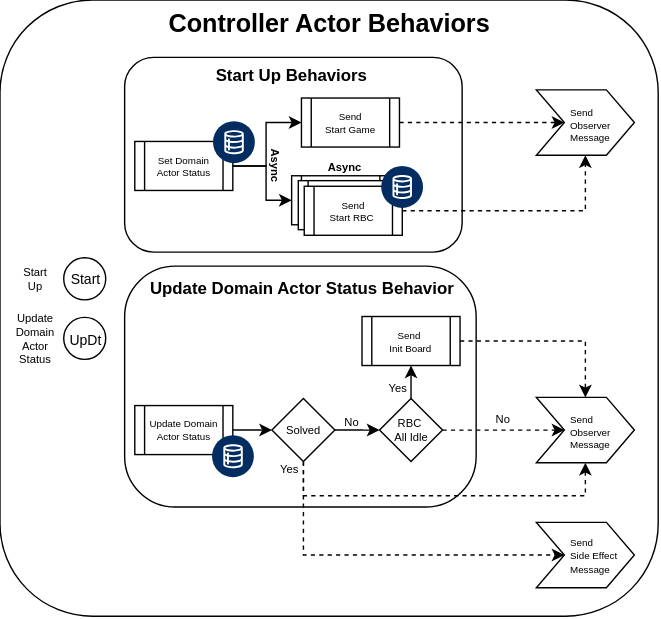
Earlier version of the draw.io export docs/diagrams/ControllerActor.svg (sunlao/py_sudoku_solver). Source tidied: cells renumbered, new cells last; positions are measured from the earlier drawing's top-left corner, leaving out a move shared by most shapes.
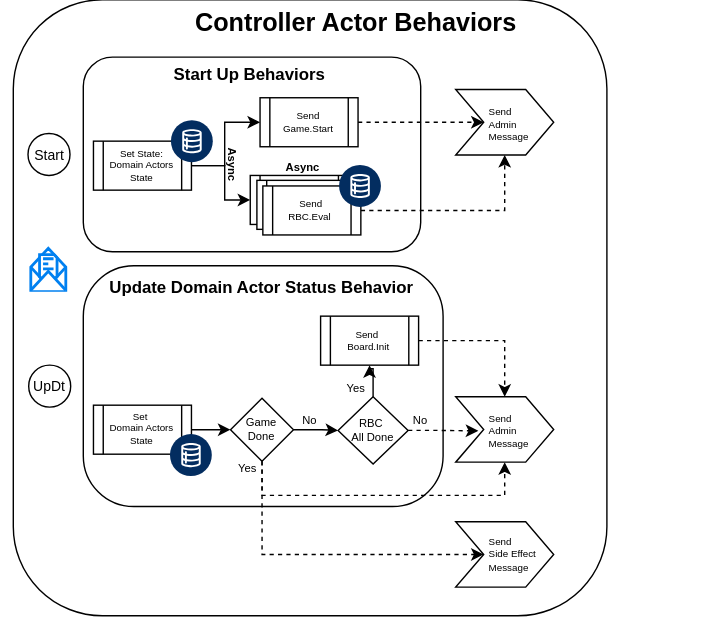
The same file after the commit.

The edit, as a diff of the source:
```diff
@@ -3,17 +3,14 @@
     <mxCell id="0" />
     <mxCell id="1" parent="0" />
     <mxCell id="2" style="rounded=1;whiteSpace=wrap;html=1;" parent="1" vertex="1">
-      <mxGeometry width="470" height="440" as="geometry" />
+      <mxGeometry x="39" width="424" height="440" as="geometry" />
     </mxCell>
     <mxCell id="3" style="rounded=1;whiteSpace=wrap;html=1;" parent="1" vertex="1">
       <mxGeometry x="89" y="41" width="241" height="139" as="geometry" />
     </mxCell>
     <mxCell id="4" value="UpDt" style="ellipse;whiteSpace=wrap;html=1;fontSize=10;" parent="1" vertex="1">
-      <mxGeometry x="45.5" y="226.6" width="30" height="30" as="geometry" />
+      <mxGeometry x="50" y="261" width="30" height="30" as="geometry" />
     </mxCell>
-    <mxCell id="5" value="&lt;div&gt;Update&lt;/div&gt;&lt;div&gt;Domain Actor Status&lt;/div&gt;" style="text;html=1;whiteSpace=wrap;strokeColor=none;fillColor=none;align=center;verticalAlign=middle;rounded=0;fontSize=8;" parent="1" vertex="1">
-      <mxGeometry x="10" y="226.6" width="30" height="30" as="geometry" />
-    </mxCell>
     <mxCell id="6" style="edgeStyle=orthogonalEdgeStyle;rounded=0;jettySize=auto;html=1;dashed=1;entryX=0.5;entryY=1;entryDx=0;entryDy=0;" parent="1" edge="1" source="40" target="37">
       <mxGeometry relative="1" as="geometry" />
     </mxCell>
@@ -33,7 +30,7 @@
         </Array>
       </mxGeometry>
     </mxCell>
-    <mxCell id="9" value="Set Domain Actor Status" style="shape=process;whiteSpace=wrap;html=1;backgroundOutline=1;fontSize=7;" parent="1" vertex="1">
+    <mxCell id="9" value="&lt;div&gt;Set State:&lt;/div&gt;&lt;div&gt;Domain Actors State&lt;/div&gt;" style="shape=process;whiteSpace=wrap;html=1;backgroundOutline=1;fontSize=7;" parent="1" vertex="1">
       <mxGeometry x="96.2" y="101" width="70" height="35" as="geometry" />
     </mxCell>
     <mxCell id="10" style="verticalLabelPosition=bottom;html=1;shape=mxgraph.salesforce.data2;fillColorStyles=fillColor2,fillColor3;fillColor2=#032d60;fillColor3=#ffffff;fillColor=none;strokeColor=none;" parent="1" vertex="1">
@@ -43,19 +40,16 @@
       <mxGeometry x="85.8" y="39" width="244.2" height="30" as="geometry" />
     </mxCell>
     <mxCell id="12" style="rounded=1;whiteSpace=wrap;html=1;arcSize=21;" parent="1" vertex="1">
-      <mxGeometry x="89" y="190" width="251" height="172" as="geometry" />
+      <mxGeometry x="89" y="190" width="257" height="172" as="geometry" />
     </mxCell>
     <mxCell id="13" value="Update Domain Actor&amp;nbsp;&lt;span style=&quot;background-color: transparent; color: light-dark(rgb(0, 0, 0), rgb(255, 255, 255));&quot;&gt;Status Behavior&lt;/span&gt;" style="text;html=1;whiteSpace=wrap;strokeColor=none;fillColor=none;align=center;verticalAlign=middle;rounded=0;fontStyle=1;" parent="1" vertex="1">
-      <mxGeometry x="91" y="191" width="249" height="30" as="geometry" />
+      <mxGeometry x="88" y="191" width="257" height="30" as="geometry" />
     </mxCell>
-    <mxCell id="14" style="edgeStyle=orthogonalEdgeStyle;rounded=0;jettySize=auto;html=1;entryX=0;entryY=0.5;entryDx=0;entryDy=0;dashed=1;" parent="1" edge="1" source="16" target="36">
-      <mxGeometry relative="1" as="geometry" />
-    </mxCell>
     <mxCell id="15" style="edgeStyle=orthogonalEdgeStyle;rounded=0;jettySize=auto;html=1;entryX=0.5;entryY=1;entryDx=0;entryDy=0;" parent="1" edge="1" source="16" target="23">
       <mxGeometry relative="1" as="geometry" />
     </mxCell>
-    <mxCell id="16" value="RBC&amp;nbsp;&lt;div&gt;All Idle&lt;/div&gt;" style="rhombus;whiteSpace=wrap;html=1;fontSize=8;" parent="1" vertex="1">
-      <mxGeometry x="271" y="284.6" width="45" height="45" as="geometry" />
+    <mxCell id="16" value="RBC&amp;nbsp;&lt;div&gt;All Done&lt;/div&gt;" style="rhombus;whiteSpace=wrap;html=1;fontSize=8;" parent="1" vertex="1">
+      <mxGeometry x="271" y="283.6" width="50" height="48" as="geometry" />
     </mxCell>
     <mxCell id="17" value="Yes" style="text;html=1;whiteSpace=wrap;strokeColor=none;fillColor=none;align=center;verticalAlign=middle;rounded=0;fontSize=8;" parent="1" vertex="1">
       <mxGeometry x="274.1" y="271.1" width="20" height="12.5" as="geometry" />
@@ -63,30 +57,30 @@
     <mxCell id="18" style="edgeStyle=orthogonalEdgeStyle;rounded=0;jettySize=auto;html=1;entryX=0;entryY=0.5;entryDx=0;entryDy=0;" parent="1" edge="1" source="19" target="29">
       <mxGeometry relative="1" as="geometry" />
     </mxCell>
-    <mxCell id="19" value="Update Domain Actor Status" style="shape=process;whiteSpace=wrap;html=1;backgroundOutline=1;fontSize=7;" parent="1" vertex="1">
+    <mxCell id="19" value="Set&amp;nbsp;&lt;div&gt;Domain Actors State&lt;/div&gt;" style="shape=process;whiteSpace=wrap;html=1;backgroundOutline=1;fontSize=7;" parent="1" vertex="1">
       <mxGeometry x="96.2" y="289.6" width="70" height="35" as="geometry" />
     </mxCell>
     <mxCell id="20" style="verticalLabelPosition=bottom;html=1;shape=mxgraph.salesforce.data2;fillColorStyles=fillColor2,fillColor3;fillColor2=#032d60;fillColor3=#ffffff;fillColor=none;strokeColor=none;" parent="1" vertex="1">
       <mxGeometry x="151.4" y="310.8" width="30" height="30" as="geometry" />
     </mxCell>
     <mxCell id="21" value="No" style="text;html=1;whiteSpace=wrap;strokeColor=none;fillColor=none;align=center;verticalAlign=middle;rounded=0;fontSize=8;" parent="1" vertex="1">
-      <mxGeometry x="349.2" y="292.2" width="20" height="12.5" as="geometry" />
+      <mxGeometry x="320" y="294.8" width="20" height="12.5" as="geometry" />
     </mxCell>
     <mxCell id="22" style="edgeStyle=orthogonalEdgeStyle;rounded=0;jettySize=auto;html=1;entryX=0.5;entryY=0;entryDx=0;entryDy=0;dashed=1;" parent="1" edge="1" source="23" target="36">
       <mxGeometry relative="1" as="geometry" />
     </mxCell>
-    <mxCell id="23" value="Send&amp;nbsp;&lt;div&gt;Init Board&lt;/div&gt;" style="shape=process;whiteSpace=wrap;html=1;backgroundOutline=1;fontSize=7;" parent="1" vertex="1">
+    <mxCell id="23" value="Send&amp;nbsp;&lt;div&gt;Board.Init&lt;/div&gt;" style="shape=process;whiteSpace=wrap;html=1;backgroundOutline=1;fontSize=7;" parent="1" vertex="1">
       <mxGeometry x="258.5" y="226" width="70" height="35" as="geometry" />
     </mxCell>
     <mxCell id="24" value="Async" style="text;html=1;whiteSpace=wrap;strokeColor=none;fillColor=none;align=center;verticalAlign=middle;rounded=0;fontSize=8;fontStyle=1;" parent="1" vertex="1">
       <mxGeometry x="236.2" y="113" width="20" height="12.5" as="geometry" />
     </mxCell>
     <mxCell id="25" value="Controller Actor Behaviors" style="text;html=1;whiteSpace=wrap;strokeColor=none;fillColor=none;align=center;verticalAlign=middle;rounded=0;fontStyle=1;fontSize=18;" parent="1" vertex="1">
-      <mxGeometry y="3" width="470" height="27" as="geometry" />
+      <mxGeometry x="29" y="3" width="510" height="27" as="geometry" />
     </mxCell>
     <mxCell id="26" style="edgeStyle=orthogonalEdgeStyle;rounded=0;orthogonalLoop=1;jettySize=auto;html=1;" parent="1" edge="1">
       <mxGeometry relative="1" as="geometry">
-        <mxPoint x="544.2" y="242.5" as="sourcePoint" />
+        <mxPoint x="577.2" y="242.5" as="sourcePoint" />
       </mxGeometry>
     </mxCell>
     <mxCell id="27" style="edgeStyle=orthogonalEdgeStyle;rounded=0;jettySize=auto;html=1;entryX=0;entryY=0.5;entryDx=0;entryDy=0;" parent="1" edge="1" source="29" target="16">
@@ -95,12 +89,12 @@
     <mxCell id="28" style="edgeStyle=orthogonalEdgeStyle;rounded=0;jettySize=auto;html=1;dashed=1;entryX=0.5;entryY=1;entryDx=0;entryDy=0;" parent="1" edge="1" source="29" target="36">
       <mxGeometry relative="1" as="geometry">
         <Array as="points">
-          <mxPoint x="217" y="354" />
-          <mxPoint x="418" y="354" />
+          <mxPoint x="216.6" y="354" />
+          <mxPoint x="390" y="354" />
         </Array>
       </mxGeometry>
     </mxCell>
-    <mxCell id="29" value="Solved" style="rhombus;whiteSpace=wrap;html=1;fontSize=8;" parent="1" vertex="1">
+    <mxCell id="29" value="Game&lt;div&gt;Done&lt;/div&gt;" style="rhombus;whiteSpace=wrap;html=1;fontSize=8;" parent="1" vertex="1">
       <mxGeometry x="194.2" y="284.6" width="45" height="45" as="geometry" />
     </mxCell>
     <mxCell id="30" value="Yes" style="text;html=1;whiteSpace=wrap;strokeColor=none;fillColor=none;align=center;verticalAlign=middle;rounded=0;fontSize=8;" parent="1" vertex="1">
@@ -112,20 +106,17 @@
     <mxCell id="32" style="edgeStyle=orthogonalEdgeStyle;rounded=0;jettySize=auto;html=1;entryX=0;entryY=0.5;entryDx=0;entryDy=0;dashed=1;" parent="1" edge="1" source="33" target="37">
       <mxGeometry relative="1" as="geometry" />
     </mxCell>
-    <mxCell id="33" value="Send &lt;br&gt;Start Game" style="shape=process;whiteSpace=wrap;html=1;backgroundOutline=1;fontSize=7;" parent="1" vertex="1">
+    <mxCell id="33" value="Send &lt;br&gt;Game.Start" style="shape=process;whiteSpace=wrap;html=1;backgroundOutline=1;fontSize=7;" parent="1" vertex="1">
       <mxGeometry x="215.2" y="70" width="70" height="35" as="geometry" />
     </mxCell>
     <mxCell id="34" value="Start" style="ellipse;whiteSpace=wrap;html=1;fontSize=10;" parent="1" vertex="1">
-      <mxGeometry x="45.5" y="184.1" width="30" height="30" as="geometry" />
+      <mxGeometry x="49.5" y="95.5" width="30" height="30" as="geometry" />
     </mxCell>
-    <mxCell id="35" value="&lt;div&gt;Start&lt;/div&gt;&lt;div&gt;Up&lt;/div&gt;" style="text;html=1;whiteSpace=wrap;strokeColor=none;fillColor=none;align=center;verticalAlign=middle;rounded=0;fontSize=8;" parent="1" vertex="1">
-      <mxGeometry x="10" y="184.1" width="30" height="30" as="geometry" />
-    </mxCell>
-    <mxCell id="36" value="&lt;div style=&quot;line-height: 70%; padding-left: 22px;&quot;&gt;&lt;font style=&quot;font-size: 7px; line-height: 70%;&quot;&gt;Send&amp;nbsp;&lt;/font&gt;&lt;div&gt;&lt;font style=&quot;font-size: 7px; line-height: 70%;&quot;&gt;Observer&lt;/font&gt;&lt;/div&gt;&lt;div&gt;&lt;font style=&quot;font-size: 7px; line-height: 70%;&quot;&gt;Message&lt;/font&gt;&lt;/div&gt;&lt;/div&gt;" style="shape=step;perimeter=stepPerimeter;whiteSpace=wrap;html=1;fixedSize=1;align=left;" parent="1" vertex="1">
-      <mxGeometry x="383" y="283.8" width="70" height="46.7" as="geometry" />
+    <mxCell id="36" value="&lt;div style=&quot;line-height: 70%; padding-left: 22px;&quot;&gt;&lt;font style=&quot;font-size: 7px; line-height: 70%;&quot;&gt;Send&amp;nbsp;&lt;/font&gt;&lt;div&gt;&lt;font style=&quot;font-size: 7px; line-height: 70%;&quot;&gt;Admin&lt;/font&gt;&lt;/div&gt;&lt;div&gt;&lt;font style=&quot;font-size: 7px; line-height: 70%;&quot;&gt;Message&lt;/font&gt;&lt;/div&gt;&lt;/div&gt;" style="shape=step;perimeter=stepPerimeter;whiteSpace=wrap;html=1;fixedSize=1;align=left;" parent="1" vertex="1">
+      <mxGeometry x="355" y="283.6" width="70" height="46.7" as="geometry" />
     </mxCell>
-    <mxCell id="37" value="&lt;div style=&quot;line-height: 70%; padding-left: 22px;&quot;&gt;&lt;font style=&quot;font-size: 7px; line-height: 70%;&quot;&gt;Send&amp;nbsp;&lt;/font&gt;&lt;div&gt;&lt;font style=&quot;font-size: 7px; line-height: 70%;&quot;&gt;Observer&lt;/font&gt;&lt;/div&gt;&lt;div&gt;&lt;font style=&quot;font-size: 7px; line-height: 70%;&quot;&gt;Message&lt;/font&gt;&lt;/div&gt;&lt;/div&gt;" style="shape=step;perimeter=stepPerimeter;whiteSpace=wrap;html=1;fixedSize=1;align=left;" parent="1" vertex="1">
-      <mxGeometry x="383" y="64.2" width="70" height="46.7" as="geometry" />
+    <mxCell id="37" value="&lt;div style=&quot;line-height: 70%; padding-left: 22px;&quot;&gt;&lt;font style=&quot;font-size: 7px; line-height: 70%;&quot;&gt;Send&amp;nbsp;&lt;/font&gt;&lt;/div&gt;&lt;div style=&quot;line-height: 70%; padding-left: 22px;&quot;&gt;&lt;font style=&quot;font-size: 7px; line-height: 70%;&quot;&gt;Admin&lt;/font&gt;&lt;/div&gt;&lt;div style=&quot;line-height: 70%; padding-left: 22px;&quot;&gt;&lt;font style=&quot;font-size: 7px; line-height: 70%;&quot;&gt;Message&lt;br&gt;&lt;/font&gt;&lt;/div&gt;" style="shape=step;perimeter=stepPerimeter;whiteSpace=wrap;html=1;fixedSize=1;align=left;" parent="1" vertex="1">
+      <mxGeometry x="355" y="64.2" width="70" height="46.7" as="geometry" />
     </mxCell>
     <mxCell id="38" style="shape=process;whiteSpace=wrap;html=1;backgroundOutline=1;fontSize=7;" parent="1" vertex="1">
       <mxGeometry x="208.2" y="125.5" width="70" height="35" as="geometry" />
@@ -133,7 +124,7 @@
     <mxCell id="39" style="shape=process;whiteSpace=wrap;html=1;backgroundOutline=1;fontSize=7;" parent="1" vertex="1">
       <mxGeometry x="213" y="129" width="70" height="35" as="geometry" />
     </mxCell>
-    <mxCell id="40" value="Send&lt;br&gt;Start RBC&amp;nbsp;" style="shape=process;whiteSpace=wrap;html=1;backgroundOutline=1;fontSize=7;" parent="1" vertex="1">
+    <mxCell id="40" value="Send&lt;br&gt;RBC.Eval&amp;nbsp;" style="shape=process;whiteSpace=wrap;html=1;backgroundOutline=1;fontSize=7;" parent="1" vertex="1">
       <mxGeometry x="217.2" y="133" width="70" height="35" as="geometry" />
     </mxCell>
     <mxCell id="41" style="verticalLabelPosition=bottom;html=1;shape=mxgraph.salesforce.data2;fillColorStyles=fillColor2,fillColor3;fillColor2=#032d60;fillColor3=#ffffff;fillColor=none;strokeColor=none;" parent="1" vertex="1">
@@ -150,7 +141,13 @@
       <mxGeometry x="186.2" y="112" width="20" height="12.5" as="geometry" />
     </mxCell>
     <mxCell id="44" value="&lt;div style=&quot;line-height: 70%; padding-left: 22px;&quot;&gt;&lt;font style=&quot;font-size: 7px; line-height: 4.9px;&quot;&gt;Send&amp;nbsp;&lt;/font&gt;&lt;div&gt;&lt;span style=&quot;font-size: 7px; background-color: transparent; color: light-dark(rgb(0, 0, 0), rgb(255, 255, 255));&quot;&gt;Side Effect&lt;/span&gt;&lt;/div&gt;&lt;div&gt;&lt;span style=&quot;font-size: 7px; background-color: transparent; color: light-dark(rgb(0, 0, 0), rgb(255, 255, 255));&quot;&gt;Message&lt;/span&gt;&lt;/div&gt;&lt;/div&gt;" style="shape=step;perimeter=stepPerimeter;whiteSpace=wrap;html=1;fixedSize=1;align=left;" parent="1" vertex="1">
-      <mxGeometry x="383" y="373" width="70" height="46.7" as="geometry" />
+      <mxGeometry x="355" y="372.9" width="70" height="46.7" as="geometry" />
     </mxCell>
+    <mxCell id="14" style="edgeStyle=orthogonalEdgeStyle;rounded=0;jettySize=auto;html=1;entryX=0.231;entryY=0.521;entryDx=0;entryDy=0;entryPerimeter=0;dashed=1;exitX=1;exitY=0.5;exitDx=0;exitDy=0;" parent="1" edge="1" source="16" target="36">
+      <mxGeometry relative="1" as="geometry" />
+    </mxCell>
+    <mxCell id="45" style="html=1;verticalLabelPosition=bottom;align=center;labelBackgroundColor=#ffffff;verticalAlign=top;strokeWidth=2;strokeColor=#0080F0;shadow=0;dashed=0;shape=mxgraph.ios7.icons.envelope_(message);" parent="1" vertex="1">
+      <mxGeometry x="52" y="178" width="25" height="30" as="geometry" />
+    </mxCell>
   </root>
 </mxGraphModel>
```
